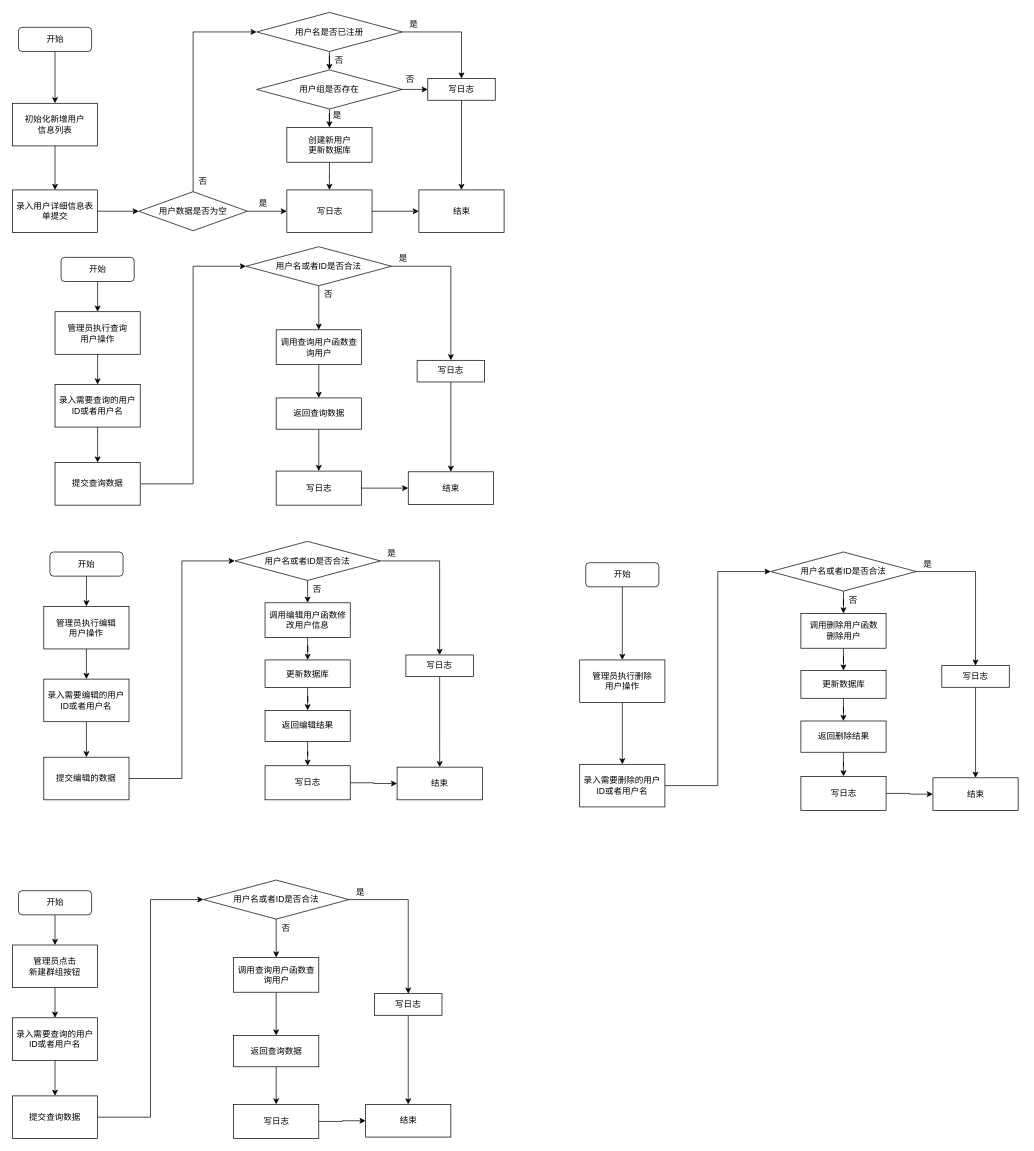
Above: 程序逻辑流程图.drawio in ZhihangTang/Cruise (draw.io), before the change. Source tidied: cells renumbered, new cells numbered last; positions are measured from the earlier drawing's top-left corner, leaving out a move shared by most shapes. Both pictures are drawn from the tidied source at 71%, with x=0, y=0 at pixel (12, 12).
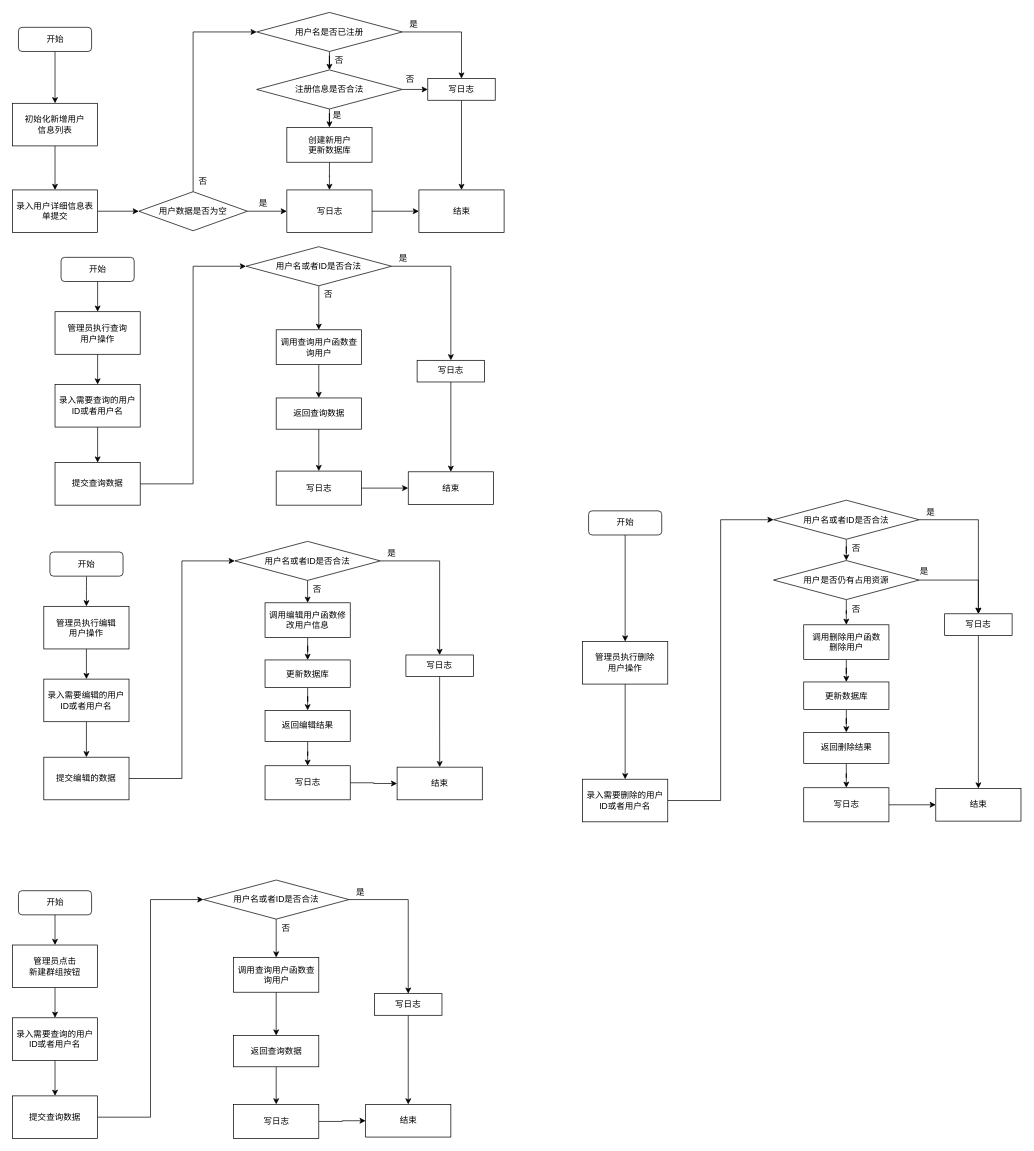
After the change.

Commit message (it also covers changes not shown here):
Update 程序逻辑流程图.drawio

What changed in the source:
```diff
@@
-    <mxCell id="18" value="用户组是否存在" style="rhombus;whiteSpace=wrap;html=1;" parent="1" vertex="1">
+    <mxCell id="18" value="注册信息是否合法" style="rhombus;whiteSpace=wrap;html=1;" parent="1" vertex="1">
       <mxGeometry x="344" y="81" width="205" height="55" as="geometry" />
     </mxCell>
@@
     <mxCell id="99" value="开始" style="rounded=1;whiteSpace=wrap;html=1;" parent="1" vertex="1">
-      <mxGeometry x="807.5" y="775" width="103" height="34" as="geometry" />
+      <mxGeometry x="811.5" y="702" width="103" height="34" as="geometry" />
     </mxCell>
@@
     <mxCell id="101" value="管理员执行删除&lt;br&gt;用户操作" style="rounded=0;whiteSpace=wrap;html=1;" parent="1" vertex="1">
-      <mxGeometry x="799" y="912" width="120" height="60" as="geometry" />
+      <mxGeometry x="803" y="886" width="120" height="60" as="geometry" />
     </mxCell>
@@
     <mxCell id="103" value="录入需要删除的用户ID或者用户名" style="rounded=0;whiteSpace=wrap;html=1;" parent="1" vertex="1">
-      <mxGeometry x="799" y="1059" width="120" height="60" as="geometry" />
+      <mxGeometry x="803" y="1080" width="120" height="60" as="geometry" />
     </mxCell>
     <mxCell id="104" value="结束" style="whiteSpace=wrap;html=1;" parent="1" vertex="1">
-      <mxGeometry x="1296.5" y="1078" width="120" height="46" as="geometry" />
+      <mxGeometry x="1300.5" y="1093" width="120" height="46" as="geometry" />
     </mxCell>
-    <mxCell id="105" style="edgeStyle=orthogonalEdgeStyle;rounded=0;jettySize=auto;html=1;entryX=0.5;entryY=0;entryDx=0;entryDy=0;" parent="1" edge="1" source="107" target="111">
-      <mxGeometry relative="1" as="geometry" />
-    </mxCell>
@@
+    <mxCell id="120" style="edgeStyle=orthogonalEdgeStyle;rounded=0;jettySize=auto;html=1;" parent="1" edge="1" source="107" target="123">
+      <mxGeometry relative="1" as="geometry" />
+    </mxCell>
     <mxCell id="107" value="用户名或者ID是否合法" style="rhombus;whiteSpace=wrap;html=1;" parent="1" vertex="1">
-      <mxGeometry x="1068" y="760" width="205" height="55" as="geometry" />
+      <mxGeometry x="1072" y="687" width="205" height="55" as="geometry" />
     </mxCell>
@@
     <mxCell id="109" value="写日志" style="whiteSpace=wrap;html=1;" parent="1" vertex="1">
-      <mxGeometry x="1110.5" y="1076" width="120" height="48" as="geometry" />
+      <mxGeometry x="1114.5" y="1092" width="120" height="48" as="geometry" />
     </mxCell>
@@
     <mxCell id="111" value="调用删除用户函数&lt;br&gt;删除用户" style="whiteSpace=wrap;html=1;" parent="1" vertex="1">
-      <mxGeometry x="1110.5" y="846.5" width="120" height="49" as="geometry" />
+      <mxGeometry x="1114.5" y="862.5" width="120" height="49" as="geometry" />
     </mxCell>
@@
     <mxCell id="113" value="写日志" style="whiteSpace=wrap;html=1;" parent="1" vertex="1">
-      <mxGeometry x="1309" y="920" width="95" height="30.5" as="geometry" />
+      <mxGeometry x="1313" y="847" width="95" height="30.5" as="geometry" />
     </mxCell>
     <mxCell id="114" value="否" style="text;html=1;align=center;verticalAlign=middle;strokeColor=none;fillColor=none;" parent="1" vertex="1">
-      <mxGeometry x="1173" y="819" width="22" height="18" as="geometry" />
+      <mxGeometry x="1177" y="746" width="22" height="18" as="geometry" />
     </mxCell>
     <mxCell id="115" value="是" style="text;html=1;align=center;verticalAlign=middle;strokeColor=none;fillColor=none;" parent="1" vertex="1">
-      <mxGeometry x="1278" y="768" width="22" height="18" as="geometry" />
+      <mxGeometry x="1282" y="695" width="22" height="18" as="geometry" />
     </mxCell>
@@
     <mxCell id="117" value="返回删除结果" style="whiteSpace=wrap;html=1;" parent="1" vertex="1">
-      <mxGeometry x="1110.5" y="998" width="120" height="44" as="geometry" />
+      <mxGeometry x="1114.5" y="1014" width="120" height="44" as="geometry" />
     </mxCell>
@@
     <mxCell id="119" value="更新数据库" style="whiteSpace=wrap;html=1;" parent="1" vertex="1">
-      <mxGeometry x="1110.5" y="927" width="120" height="39" as="geometry" />
+      <mxGeometry x="1114.5" y="943" width="120" height="39" as="geometry" />
     </mxCell>
+    <mxCell id="121" style="edgeStyle=orthogonalEdgeStyle;rounded=0;jettySize=auto;html=1;entryX=0.5;entryY=0;entryDx=0;entryDy=0;" parent="1" edge="1" source="123" target="113">
+      <mxGeometry relative="1" as="geometry" />
+    </mxCell>
+    <mxCell id="122" style="edgeStyle=orthogonalEdgeStyle;rounded=0;jettySize=auto;html=1;" parent="1" edge="1" source="123" target="111">
+      <mxGeometry relative="1" as="geometry" />
+    </mxCell>
+    <mxCell id="123" value="用户是否仍有占用资源" style="rhombus;whiteSpace=wrap;html=1;" parent="1" vertex="1">
+      <mxGeometry x="1072" y="772" width="205" height="55" as="geometry" />
+    </mxCell>
+    <mxCell id="124" value="是" style="text;html=1;align=center;verticalAlign=middle;strokeColor=none;fillColor=none;" parent="1" vertex="1">
+      <mxGeometry x="1273" y="778" width="22" height="18" as="geometry" />
+    </mxCell>
+    <mxCell id="125" value="否" style="text;html=1;align=center;verticalAlign=middle;strokeColor=none;fillColor=none;" parent="1" vertex="1">
+      <mxGeometry x="1177" y="832" width="22" height="18" as="geometry" />
+    </mxCell>
```
